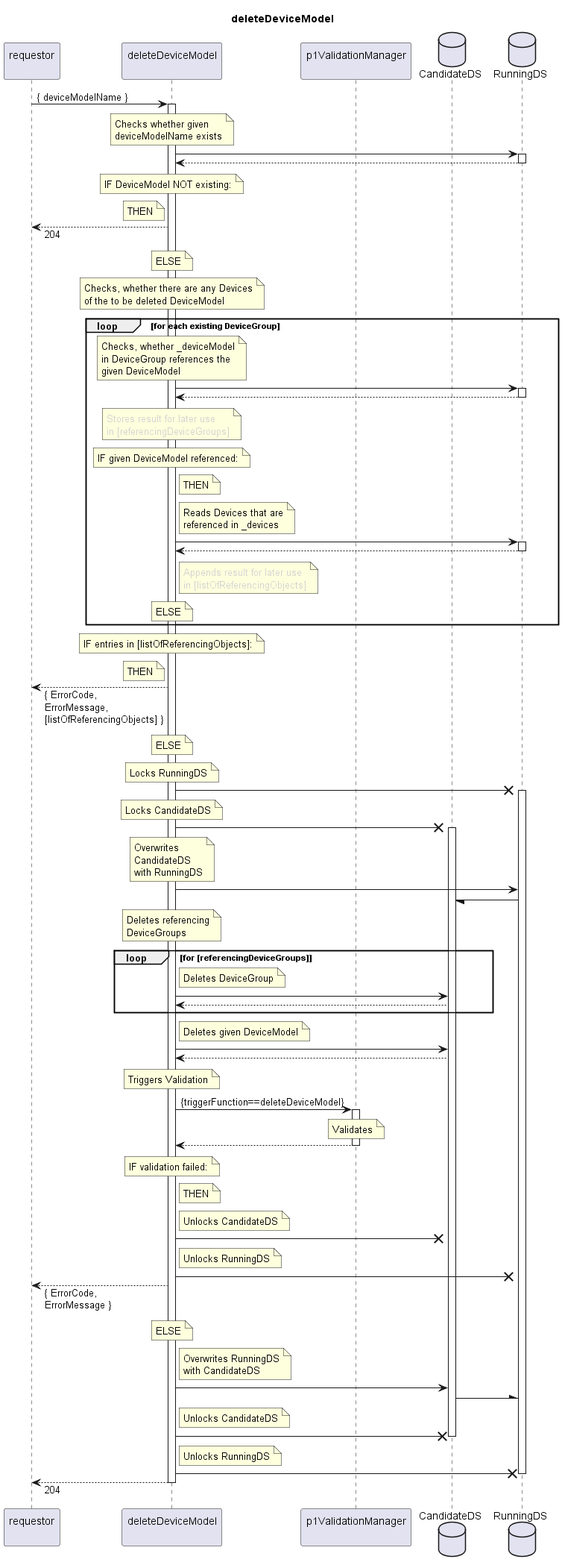
Earlier version of the PlantUML export spec/Services/deleteDeviceModel/1.0.0/deleteDeviceModel.png (openBackhaul/FirmWareManager).
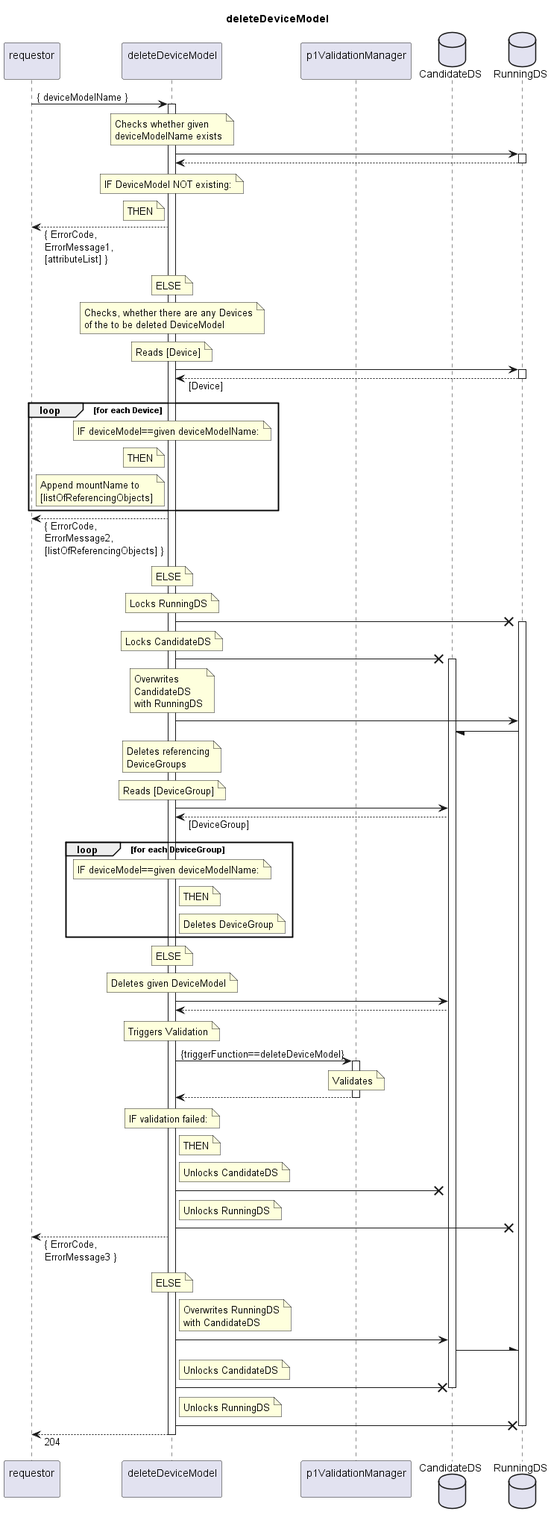
The same file after the commit.

Change to the diagram source:
```diff
@@ -6,167 +6,156 @@
 end title
 
 participant "requestor\n" as requestor
-participant "deleteDeviceModel\n" as cur
+participant "deleteDeviceModel\n" as indServ
 participant "p1ValidationManager\n" as valiMan
 database "CandidateDS" as CanDS
 database "RunningDS" as RunDS
 
-requestor -> cur: { deviceModelName }
-activate cur
+requestor -> indServ: { deviceModelName }
+activate indServ
 
-  note over cur
+  note over indServ
     Checks whether given
     deviceModelName exists
   end note
-  cur -> RunDS
+  indServ -> RunDS
   activate RunDS
-  cur <-- RunDS
+  indServ <-- RunDS
   deactivate RunDS
-  note over cur
+  note over indServ
     IF DeviceModel NOT existing:
   end note
-  note left cur
+  note left indServ
     THEN
   end note
-  requestor <-- cur: 204
-  note over cur
+  requestor <-- indServ: { ErrorCode,\nErrorMessage1,\n[attributeList] }
+  note over indServ
     ELSE
   end note
 
-  note over cur
+  note over indServ
     Checks, whether there are any Devices
     of the to be deleted DeviceModel
   end note
-  loop for each existing DeviceGroup
-    note over cur
-      Checks, whether _deviceModel
-      in DeviceGroup references the
-      given DeviceModel
+  note over indServ
+    Reads [Device]
+  end note
+  indServ -> RunDS
+  activate RunDS
+  indServ <-- RunDS: [Device]
+  deactivate RunDS
+  loop for each Device
+    note over indServ
+      IF deviceModel==given deviceModelName:
     end note
-    cur -> RunDS
-    activate RunDS
-    cur <-- RunDS
-    deactivate RunDS
-    note over cur
-      <color:LightGray>Stores result for later use</color>
-      <color:LightGray>in [referencingDeviceGroups]</color>
-    end note
-    note over cur
-      IF given DeviceModel referenced:
-    end note
-    note right cur
+    note left indServ
       THEN
     end note
-      note right cur
-        Reads Devices that are
-        referenced in _devices
-      end note
-      cur -> RunDS
-      activate RunDS
-      cur <-- RunDS
-      deactivate RunDS
-      note right cur
-        <color:LightGray>Appends result for later use</color>
-        <color:LightGray>in [listOfReferencingObjects]</color>
-      end note
-    note over cur
-      ELSE
+    note left indServ
+      Append mountName to
+      [listOfReferencingObjects]
     end note
   end loop
-  note over cur
-    IF entries in [listOfReferencingObjects]:
-  end note
-  note left cur
-    THEN
-  end note
-  requestor <-- cur: { ErrorCode,\nErrorMessage,\n[listOfReferencingObjects] }
-  note over cur
+  requestor <-- indServ: { ErrorCode,\nErrorMessage2,\n[listOfReferencingObjects] }
+  note over indServ
     ELSE
   end note
 
-  note over cur
+  note over indServ
     Locks RunningDS
   end note
-  cur -X RunDS
+  indServ -X RunDS
   activate RunDS
-  note over cur
+  note over indServ
     Locks CandidateDS
   end note
-  cur -X CanDS
+  indServ -X CanDS
   activate CanDS
-  note over cur
+  note over indServ
     Overwrites
     CandidateDS
     with RunningDS
   end note
-  cur -> RunDS
+  indServ -> RunDS
   RunDS -/ CanDS
 
-  note over cur
+  note over indServ
     Deletes referencing
     DeviceGroups
   end note
-  loop for [referencingDeviceGroups]
-    note right cur
+  note over indServ
+    Reads [DeviceGroup]
+  end note
+  indServ -> CanDS
+  indServ <-- CanDS: [DeviceGroup]
+  loop for each DeviceGroup
+    note over indServ
+      IF deviceModel==given deviceModelName:
+    end note
+    note right indServ
+      THEN
+    end note
+    note right indServ
       Deletes DeviceGroup
     end note
-    cur -> CanDS
-    cur <-- CanDS
   end loop
+  note over indServ
+    ELSE
+  end note
 
-  note right cur
+  note over indServ
     Deletes given DeviceModel
   end note
-  cur -> CanDS
-  cur <-- CanDS
+  indServ -> CanDS
+  indServ <-- CanDS
 
-  note over cur
+  note over indServ
     Triggers Validation
   end note
-  cur -> valiMan: {triggerFunction==deleteDeviceModel}
+  indServ -> valiMan: {triggerFunction==deleteDeviceModel}
   activate valiMan
     note over valiMan
       Validates
     end note
-  cur <-- valiMan
+  indServ <-- valiMan
   deactivate valiMan
-  note over cur
+  note over indServ
     IF validation failed:
   end note
-  note right cur
+  note right indServ
     THEN
   end note
-  note right cur
+  note right indServ
     Unlocks CandidateDS
   end note
-  cur -X CanDS
-  note right cur
+  indServ -X CanDS
+  note right indServ
     Unlocks RunningDS
   end note
-  cur -X RunDS
-  requestor <-- cur: { ErrorCode,\nErrorMessage }
-  note over cur
+  indServ -X RunDS
+  requestor <-- indServ: { ErrorCode,\nErrorMessage3 }
+  note over indServ
     ELSE
   end note
 
-  note right cur
+  note right indServ
     Overwrites RunningDS
     with CandidateDS
   end note
-  cur -> CanDS
+  indServ -> CanDS
   CanDS -\ RunDS
-  note right cur
+  note right indServ
     Unlocks CandidateDS
   end note
-  cur -X CanDS
+  indServ -X CanDS
   deactivate CanDS
-  note right cur
+  note right indServ
     Unlocks RunningDS
   end note
-  cur -X RunDS
+  indServ -X RunDS
   deactivate RunDS
 
-requestor <-- cur: 204
-deactivate cur
+requestor <-- indServ: 204
+deactivate indServ
 
 @enduml
```
